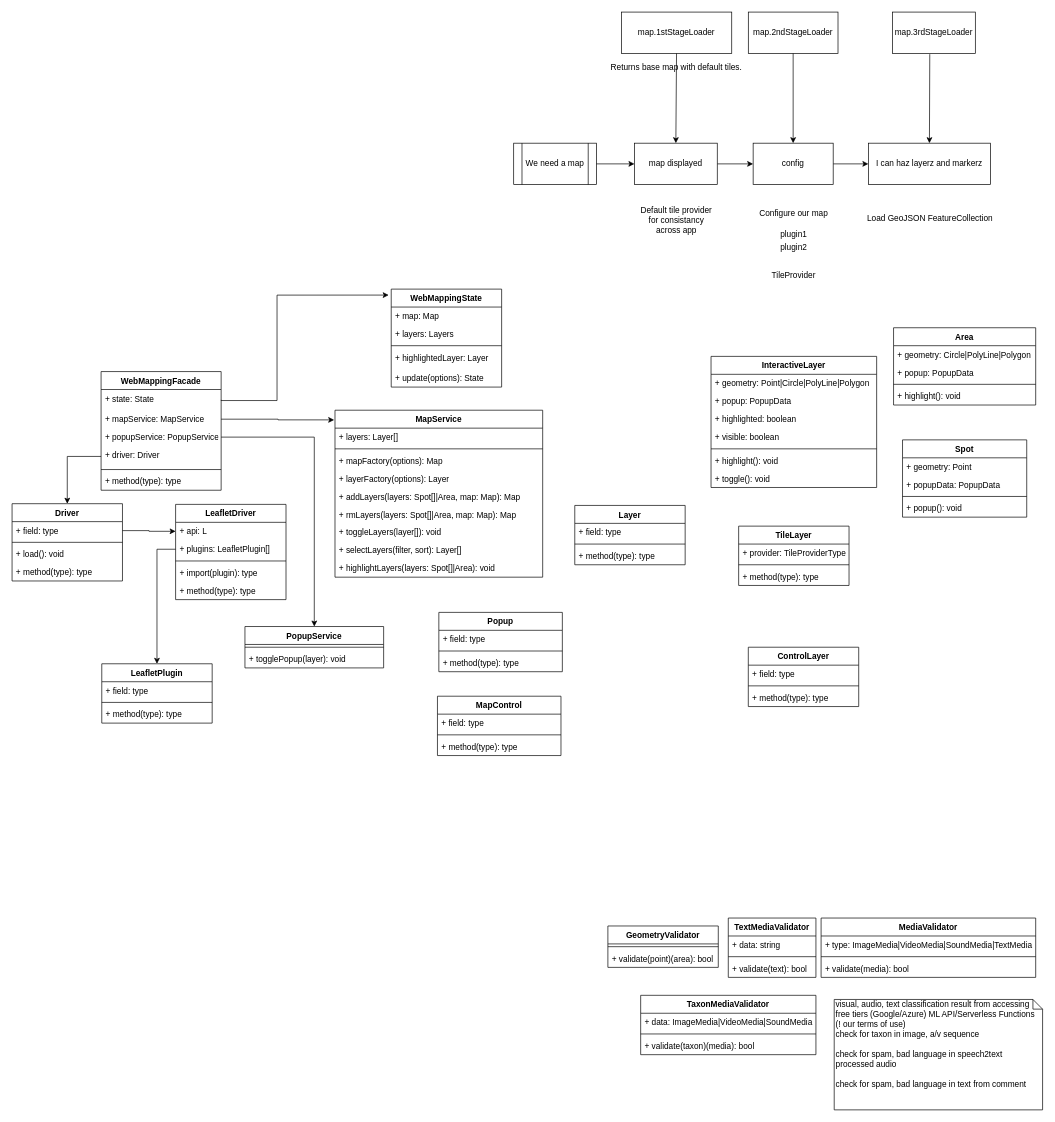
The draw.io diagram docs/devs/gnc_map.drawio in citizen-lambda/citizen-lambda, before the edit. Source tidied: cells renumbered, new cells numbered last; positions are measured from the earlier drawing's top-left corner, leaving out a move shared by most shapes. Both pictures are drawn from the tidied source at 69%, with x=0, y=0 at pixel (12, 12).
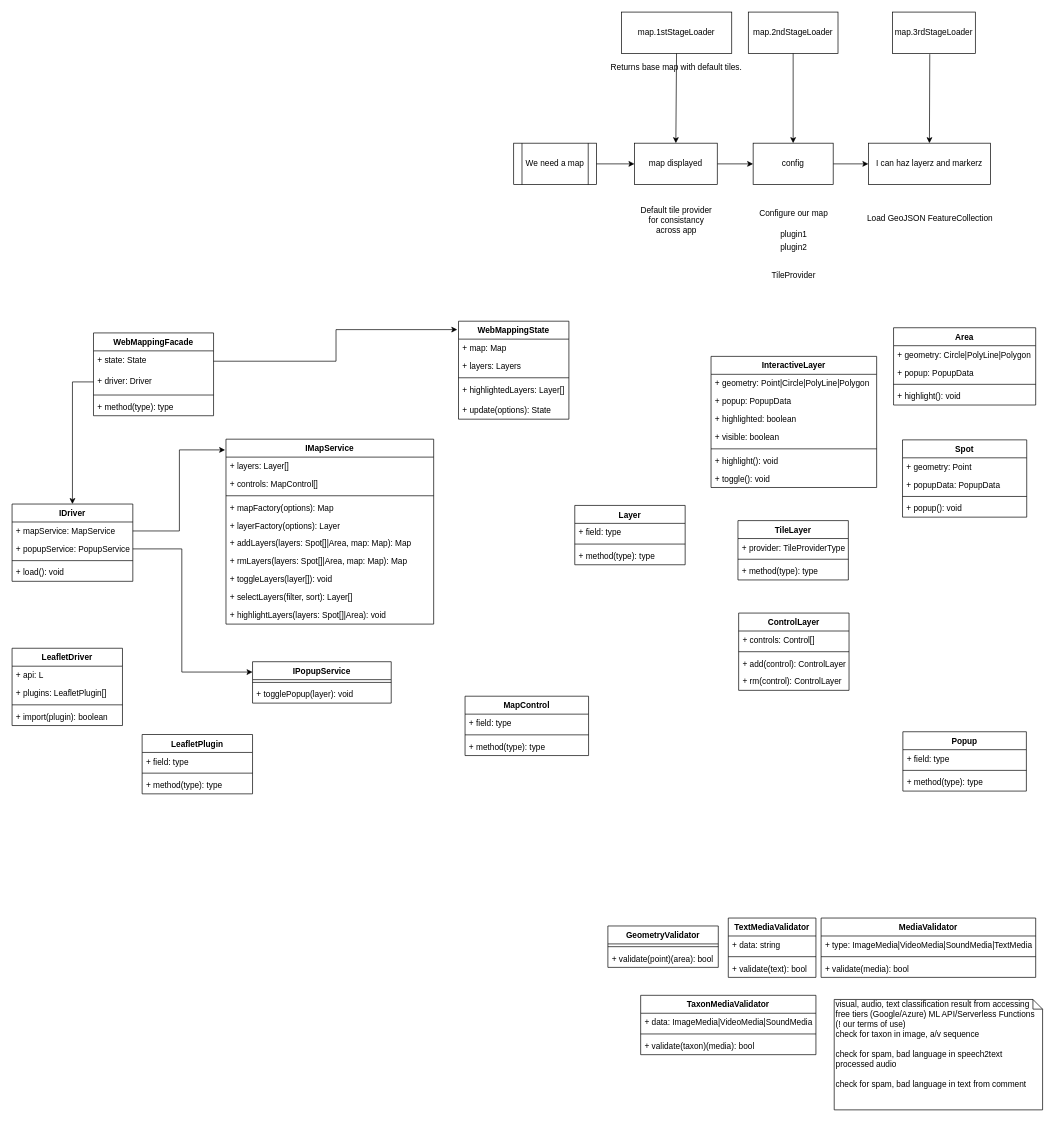
After the change.

Unchanged cells that the change refers to:
```xml
<mxCell id="37" value="+ state: State&#10;" style="text;strokeColor=none;fillColor=none;align=left;verticalAlign=top;spacingLeft=4;spacingRight=4;overflow=hidden;points=[[0,0.5],[1,0.5]];portConstraint=eastwest;" parent="36" vertex="1">
  <mxGeometry y="26" width="174" height="30" as="geometry" />
</mxCell>
<mxCell id="67" value="+ api: L" style="text;strokeColor=none;fillColor=none;align=left;verticalAlign=top;spacingLeft=4;spacingRight=4;overflow=hidden;points=[[0,0.5],[1,0.5]];portConstraint=eastwest;" parent="66" vertex="1">
  <mxGeometry y="26" width="160" height="26" as="geometry" />
</mxCell>
<mxCell id="68" value="+ plugins: LeafletPlugin[]" style="text;strokeColor=none;fillColor=none;align=left;verticalAlign=top;spacingLeft=4;spacingRight=4;overflow=hidden;points=[[0,0.5],[1,0.5]];portConstraint=eastwest;" parent="66" vertex="1">
  <mxGeometry y="52" width="160" height="26" as="geometry" />
</mxCell>
```

What changed in the source:
```diff
@@
     <mxCell id="35" style="group;" parent="1" vertex="1">
-      <mxGeometry x="129" y="509" width="174" height="184" as="geometry" />
+      <mxGeometry x="118" y="453" width="174" height="184" as="geometry" />
     </mxCell>
     <mxCell id="36" value="WebMappingFacade" style="swimlane;fontStyle=1;align=center;verticalAlign=top;horizontal=1;startSize=26;" parent="35" vertex="1">
-      <mxGeometry y="12" width="174" height="172" as="geometry" />
+      <mxGeometry y="12" width="174" height="120" as="geometry" />
     </mxCell>
@@
-    <mxCell id="38" value="+ mapService: MapService&#10;" style="text;strokeColor=none;fillColor=none;align=left;verticalAlign=top;spacingLeft=4;spacingRight=4;overflow=hidden;points=[[0,0.5],[1,0.5]];portConstraint=eastwest;" parent="36" vertex="1">
-      <mxGeometry y="56" width="174" height="26" as="geometry" />
-    </mxCell>
-    <mxCell id="39" value="+ popupService: PopupService&#10;" style="text;strokeColor=none;fillColor=none;align=left;verticalAlign=top;spacingLeft=4;spacingRight=4;overflow=hidden;points=[[0,0.5],[1,0.5]];portConstraint=eastwest;" parent="36" vertex="1">
-      <mxGeometry y="82" width="174" height="26" as="geometry" />
-    </mxCell>
     <mxCell id="40" value="+ driver: Driver&#10;" style="text;strokeColor=none;fillColor=none;align=left;verticalAlign=top;spacingLeft=4;spacingRight=4;overflow=hidden;points=[[0,0.5],[1,0.5]];portConstraint=eastwest;" parent="36" vertex="1">
-      <mxGeometry y="108" width="174" height="30" as="geometry" />
+      <mxGeometry y="56" width="174" height="30" as="geometry" />
     </mxCell>
     <mxCell id="41" style="line;strokeWidth=1;fillColor=none;align=left;verticalAlign=middle;spacingTop=-1;spacingLeft=3;spacingRight=3;labelPosition=right;" parent="36" vertex="1">
-      <mxGeometry y="138" width="174" height="8" as="geometry" />
+      <mxGeometry y="86" width="174" height="8" as="geometry" />
     </mxCell>
     <mxCell id="42" value="+ method(type): type" style="text;strokeColor=none;fillColor=none;align=left;verticalAlign=top;spacingLeft=4;spacingRight=4;overflow=hidden;" parent="36" vertex="1">
-      <mxGeometry y="146" width="174" height="26" as="geometry" />
+      <mxGeometry y="94" width="174" height="26" as="geometry" />
     </mxCell>
-    <mxCell id="43" value="MapService" style="swimlane;fontStyle=1;align=center;verticalAlign=top;horizontal=1;startSize=26;" parent="1" vertex="1">
-      <mxGeometry x="468" y="577" width="301" height="242" as="geometry" />
+    <mxCell id="43" value="IMapService" style="swimlane;fontStyle=1;align=center;verticalAlign=top;horizontal=1;startSize=26;" parent="1" vertex="1">
+      <mxGeometry x="310" y="619" width="301" height="268" as="geometry" />
     </mxCell>
@@
+    <mxCell id="137" value="+ controls: MapControl[]" style="text;strokeColor=none;fillColor=none;align=left;verticalAlign=top;spacingLeft=4;spacingRight=4;overflow=hidden;" parent="43" vertex="1">
+      <mxGeometry y="52" width="301" height="26" as="geometry" />
+    </mxCell>
     <mxCell id="45" style="line;strokeWidth=1;fillColor=none;align=left;verticalAlign=middle;spacingTop=-1;spacingLeft=3;spacingRight=3;labelPosition=right;" parent="43" vertex="1">
-      <mxGeometry y="52" width="301" height="8" as="geometry" />
+      <mxGeometry y="78" width="301" height="8" as="geometry" />
     </mxCell>
     <mxCell id="46" value="+ mapFactory(options): Map" style="text;strokeColor=none;fillColor=none;align=left;verticalAlign=top;spacingLeft=4;spacingRight=4;overflow=hidden;" parent="43" vertex="1">
-      <mxGeometry y="60" width="301" height="26" as="geometry" />
+      <mxGeometry y="86" width="301" height="26" as="geometry" />
     </mxCell>
     <mxCell id="47" value="+ layerFactory(options): Layer" style="text;strokeColor=none;fillColor=none;align=left;verticalAlign=top;spacingLeft=4;spacingRight=4;overflow=hidden;" parent="43" vertex="1">
-      <mxGeometry y="86" width="301" height="26" as="geometry" />
+      <mxGeometry y="112" width="301" height="26" as="geometry" />
     </mxCell>
     <mxCell id="48" value="+ addLayers(layers: Spot[]|Area, map: Map): Map" style="text;strokeColor=none;fillColor=none;align=left;verticalAlign=top;spacingLeft=4;spacingRight=4;overflow=hidden;" parent="43" vertex="1">
-      <mxGeometry y="112" width="301" height="26" as="geometry" />
+      <mxGeometry y="138" width="301" height="26" as="geometry" />
     </mxCell>
     <mxCell id="49" value="+ rmLayers(layers: Spot[]|Area, map: Map): Map" style="text;strokeColor=none;fillColor=none;align=left;verticalAlign=top;spacingLeft=4;spacingRight=4;overflow=hidden;" parent="43" vertex="1">
-      <mxGeometry y="138" width="301" height="26" as="geometry" />
+      <mxGeometry y="164" width="301" height="26" as="geometry" />
     </mxCell>
     <mxCell id="50" value="+ toggleLayers(layer[]): void" style="text;strokeColor=none;fillColor=none;align=left;verticalAlign=top;spacingLeft=4;spacingRight=4;overflow=hidden;" parent="43" vertex="1">
-      <mxGeometry y="164" width="301" height="26" as="geometry" />
+      <mxGeometry y="190" width="301" height="26" as="geometry" />
     </mxCell>
     <mxCell id="51" value="+ selectLayers(filter, sort): Layer[]" style="text;strokeColor=none;fillColor=none;align=left;verticalAlign=top;spacingLeft=4;spacingRight=4;overflow=hidden;" parent="43" vertex="1">
-      <mxGeometry y="190" width="301" height="26" as="geometry" />
+      <mxGeometry y="216" width="301" height="26" as="geometry" />
     </mxCell>
     <mxCell id="52" value="+ highlightLayers(layers: Spot[]|Area): void" style="text;strokeColor=none;fillColor=none;align=left;verticalAlign=top;spacingLeft=4;spacingRight=4;overflow=hidden;" parent="43" vertex="1">
-      <mxGeometry y="216" width="301" height="26" as="geometry" />
+      <mxGeometry y="242" width="301" height="26" as="geometry" />
     </mxCell>
-    <mxCell id="53" value="PopupService" style="swimlane;fontStyle=1;align=center;verticalAlign=top;horizontal=1;startSize=26;" parent="1" vertex="1">
-      <mxGeometry x="337.5" y="890.5" width="201" height="60" as="geometry" />
+    <mxCell id="53" value="IPopupService" style="swimlane;fontStyle=1;align=center;verticalAlign=top;horizontal=1;startSize=26;" parent="1" vertex="1">
+      <mxGeometry x="348.5" y="941.5" width="201" height="60" as="geometry" />
     </mxCell>
@@
-    <mxCell id="61" value="Driver" style="swimlane;fontStyle=1;align=center;verticalAlign=top;horizontal=1;startSize=26;" parent="1" vertex="1">
-      <mxGeometry y="712.5" width="160" height="112" as="geometry" />
+    <mxCell id="61" value="IDriver" style="swimlane;fontStyle=1;align=center;verticalAlign=top;horizontal=1;startSize=26;" parent="1" vertex="1">
+      <mxGeometry y="713" width="175" height="112" as="geometry" />
     </mxCell>
-    <mxCell id="62" value="+ field: type" style="text;strokeColor=none;fillColor=none;align=left;verticalAlign=top;spacingLeft=4;spacingRight=4;overflow=hidden;points=[[0,0.5],[1,0.5]];portConstraint=eastwest;" parent="61" vertex="1">
-      <mxGeometry y="26" width="160" height="26" as="geometry" />
-    </mxCell>
+    <mxCell id="38" value="+ mapService: MapService&#10;" style="text;strokeColor=none;fillColor=none;align=left;verticalAlign=top;spacingLeft=4;spacingRight=4;overflow=hidden;points=[[0,0.5],[1,0.5]];portConstraint=eastwest;" parent="61" vertex="1">
+      <mxGeometry y="26" width="175" height="26" as="geometry" />
+    </mxCell>
+    <mxCell id="39" value="+ popupService: PopupService&#10;" style="text;strokeColor=none;fillColor=none;align=left;verticalAlign=top;spacingLeft=4;spacingRight=4;overflow=hidden;points=[[0,0.5],[1,0.5]];portConstraint=eastwest;" parent="61" vertex="1">
+      <mxGeometry y="52" width="175" height="26" as="geometry" />
+    </mxCell>
     <mxCell id="63" style="line;strokeWidth=1;fillColor=none;align=left;verticalAlign=middle;spacingTop=-1;spacingLeft=3;spacingRight=3;labelPosition=right;" parent="61" vertex="1">
-      <mxGeometry y="52" width="160" height="8" as="geometry" />
+      <mxGeometry y="78" width="175" height="8" as="geometry" />
     </mxCell>
     <mxCell id="64" value="+ load(): void" style="text;strokeColor=none;fillColor=none;align=left;verticalAlign=top;spacingLeft=4;spacingRight=4;overflow=hidden;" parent="61" vertex="1">
-      <mxGeometry y="60" width="160" height="26" as="geometry" />
+      <mxGeometry y="86" width="175" height="26" as="geometry" />
     </mxCell>
-    <mxCell id="65" value="+ method(type): type" style="text;strokeColor=none;fillColor=none;align=left;verticalAlign=top;spacingLeft=4;spacingRight=4;overflow=hidden;" parent="61" vertex="1">
-      <mxGeometry y="86" width="160" height="26" as="geometry" />
-    </mxCell>
     <mxCell id="66" value="LeafletDriver" style="swimlane;fontStyle=1;align=center;verticalAlign=top;horizontal=1;startSize=26;" parent="1" vertex="1">
-      <mxGeometry x="237" y="713.5" width="160" height="138" as="geometry" />
+      <mxGeometry y="922" width="160" height="112" as="geometry" />
     </mxCell>
@@
-    <mxCell id="70" value="+ import(plugin): type" style="text;strokeColor=none;fillColor=none;align=left;verticalAlign=top;spacingLeft=4;spacingRight=4;overflow=hidden;" parent="66" vertex="1">
+    <mxCell id="70" value="+ import(plugin): boolean" style="text;strokeColor=none;fillColor=none;align=left;verticalAlign=top;spacingLeft=4;spacingRight=4;overflow=hidden;" parent="66" vertex="1">
       <mxGeometry y="86" width="160" height="26" as="geometry" />
     </mxCell>
-    <mxCell id="71" value="+ method(type): type" style="text;strokeColor=none;fillColor=none;align=left;verticalAlign=top;spacingLeft=4;spacingRight=4;overflow=hidden;" parent="66" vertex="1">
-      <mxGeometry y="112" width="160" height="26" as="geometry" />
-    </mxCell>
     <mxCell id="72" value="MapControl" style="swimlane;fontStyle=1;align=center;verticalAlign=top;horizontal=1;startSize=26;" parent="1" vertex="1">
-      <mxGeometry x="616.5" y="991.5" width="179" height="86" as="geometry" />
+      <mxGeometry x="656.5" y="991.5" width="179" height="86" as="geometry" />
     </mxCell>
@@
     <mxCell id="76" value="LeafletPlugin" style="swimlane;fontStyle=1;align=center;verticalAlign=top;horizontal=1;startSize=26;" parent="1" vertex="1">
-      <mxGeometry x="130" y="944.5" width="160" height="86" as="geometry" />
+      <mxGeometry x="188.5" y="1047" width="160" height="86" as="geometry" />
     </mxCell>
@@
     <mxCell id="113" value="TileLayer" style="swimlane;fontStyle=1;align=center;verticalAlign=top;horizontal=1;startSize=26;" parent="1" vertex="1">
-      <mxGeometry x="1053" y="745" width="160" height="86" as="geometry" />
+      <mxGeometry x="1052" y="737" width="160" height="86" as="geometry" />
     </mxCell>
@@
     <mxCell id="117" value="WebMappingState" style="swimlane;fontStyle=1;align=center;verticalAlign=top;horizontal=1;startSize=26;" parent="1" vertex="1">
-      <mxGeometry x="549.5" y="401.5" width="160" height="142" as="geometry" />
+      <mxGeometry x="647" y="448" width="160" height="142" as="geometry" />
     </mxCell>
@@
-    <mxCell id="121" value="+ highlightedLayer: Layer" style="text;strokeColor=none;fillColor=none;align=left;verticalAlign=top;spacingLeft=4;spacingRight=4;overflow=hidden;" parent="117" vertex="1">
+    <mxCell id="121" value="+ highlightedLayers: Layer[]" style="text;strokeColor=none;fillColor=none;align=left;verticalAlign=top;spacingLeft=4;spacingRight=4;overflow=hidden;" parent="117" vertex="1">
       <mxGeometry y="86" width="160" height="30" as="geometry" />
     </mxCell>
@@
-    <mxCell id="124" style="edgeStyle=orthogonalEdgeStyle;rounded=0;jettySize=auto;html=1;exitX=1;exitY=0.5;exitDx=0;exitDy=0;entryX=0;entryY=0.5;entryDx=0;entryDy=0;" parent="1" edge="1" source="62" target="67">
-      <mxGeometry relative="1" as="geometry" />
-    </mxCell>
-    <mxCell id="125" style="edgeStyle=orthogonalEdgeStyle;rounded=0;jettySize=auto;html=1;exitX=0;exitY=0.5;exitDx=0;exitDy=0;" parent="1" edge="1" source="68" target="76">
-      <mxGeometry relative="1" as="geometry" />
-    </mxCell>
-    <mxCell id="126" style="edgeStyle=orthogonalEdgeStyle;rounded=0;jettySize=auto;html=1;exitX=1;exitY=0.5;exitDx=0;exitDy=0;entryX=-0.023;entryY=0.061;entryDx=0;entryDy=0;entryPerimeter=0;" parent="1" edge="1" source="37" target="117">
-      <mxGeometry relative="1" as="geometry">
-        <Array as="points">
-          <mxPoint x="384" y="563" />
-          <mxPoint x="384" y="410" />
-        </Array>
-      </mxGeometry>
-    </mxCell>
@@
-    <mxCell id="128" style="edgeStyle=orthogonalEdgeStyle;rounded=0;jettySize=auto;html=1;exitX=1;exitY=0.5;exitDx=0;exitDy=0;entryX=0.5;entryY=0;entryDx=0;entryDy=0;" parent="1" edge="1" source="39" target="53">
-      <mxGeometry relative="1" as="geometry" />
-    </mxCell>
     <mxCell id="129" value="Popup" style="swimlane;fontStyle=1;align=center;verticalAlign=top;horizontal=1;startSize=26;" parent="1" vertex="1">
-      <mxGeometry x="618.5" y="870" width="179" height="86" as="geometry" />
+      <mxGeometry x="1291" y="1043" width="179" height="86" as="geometry" />
     </mxCell>
@@
     <mxCell id="133" value="ControlLayer" style="swimlane;fontStyle=1;align=center;verticalAlign=top;horizontal=1;startSize=26;" parent="1" vertex="1">
-      <mxGeometry x="1067" y="920.5" width="160" height="86" as="geometry" />
+      <mxGeometry x="1053" y="871" width="160" height="112" as="geometry" />
     </mxCell>
-    <mxCell id="134" value="+ field: type " style="text;strokeColor=none;fillColor=none;align=left;verticalAlign=top;spacingLeft=4;spacingRight=4;overflow=hidden;" parent="133" vertex="1">
+    <mxCell id="134" value="+ controls: Control[]" style="text;strokeColor=none;fillColor=none;align=left;verticalAlign=top;spacingLeft=4;spacingRight=4;overflow=hidden;" parent="133" vertex="1">
       <mxGeometry y="26" width="160" height="26" as="geometry" />
     </mxCell>
@@
+    <mxCell id="138" value="+ add(control): ControlLayer" style="text;strokeColor=none;fillColor=none;align=left;verticalAlign=top;spacingLeft=4;spacingRight=4;overflow=hidden;" parent="133" vertex="1">
+      <mxGeometry y="60" width="160" height="26" as="geometry" />
+    </mxCell>
-    <mxCell id="136" value="+ method(type): type" style="text;strokeColor=none;fillColor=none;align=left;verticalAlign=top;spacingLeft=4;spacingRight=4;overflow=hidden;" parent="133" vertex="1">
-      <mxGeometry y="60" width="160" height="26" as="geometry" />
+    <mxCell id="136" value="+ rm(control): ControlLayer" style="text;strokeColor=none;fillColor=none;align=left;verticalAlign=top;spacingLeft=4;spacingRight=4;overflow=hidden;" parent="133" vertex="1">
+      <mxGeometry y="86" width="160" height="26" as="geometry" />
     </mxCell>
+    <mxCell id="128" style="edgeStyle=orthogonalEdgeStyle;rounded=0;jettySize=auto;html=1;exitX=1;exitY=0.5;exitDx=0;exitDy=0;entryX=0;entryY=0.25;entryDx=0;entryDy=0;" parent="1" edge="1" source="39" target="53">
+      <mxGeometry relative="1" as="geometry">
+        <Array as="points">
+          <mxPoint x="246" y="778" />
+          <mxPoint x="246" y="956" />
+        </Array>
+      </mxGeometry>
+    </mxCell>
+    <mxCell id="126" style="edgeStyle=orthogonalEdgeStyle;rounded=0;jettySize=auto;html=1;exitX=1;exitY=0.5;exitDx=0;exitDy=0;entryX=-0.011;entryY=0.086;entryDx=0;entryDy=0;entryPerimeter=0;" parent="1" edge="1" source="37" target="117">
+      <mxGeometry relative="1" as="geometry" />
+    </mxCell>
```
